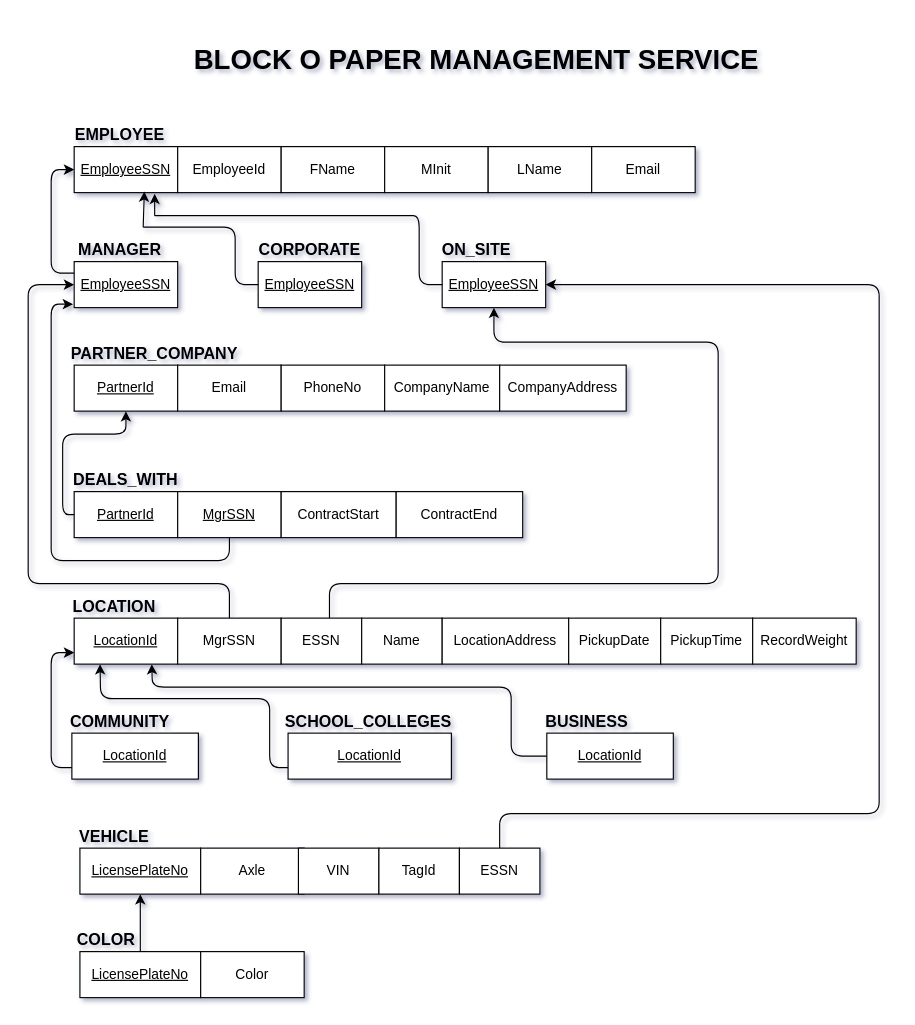
Before: Untitled Diagram.drawio in shreroa/Database, a draw.io diagram. Source tidied: cells renumbered, new cells numbered last; positions are measured from the earlier drawing's top-left corner, leaving out a move shared by most shapes. Both pictures are drawn from the tidied source at 115%, with x=0, y=0 at pixel (28, 20).
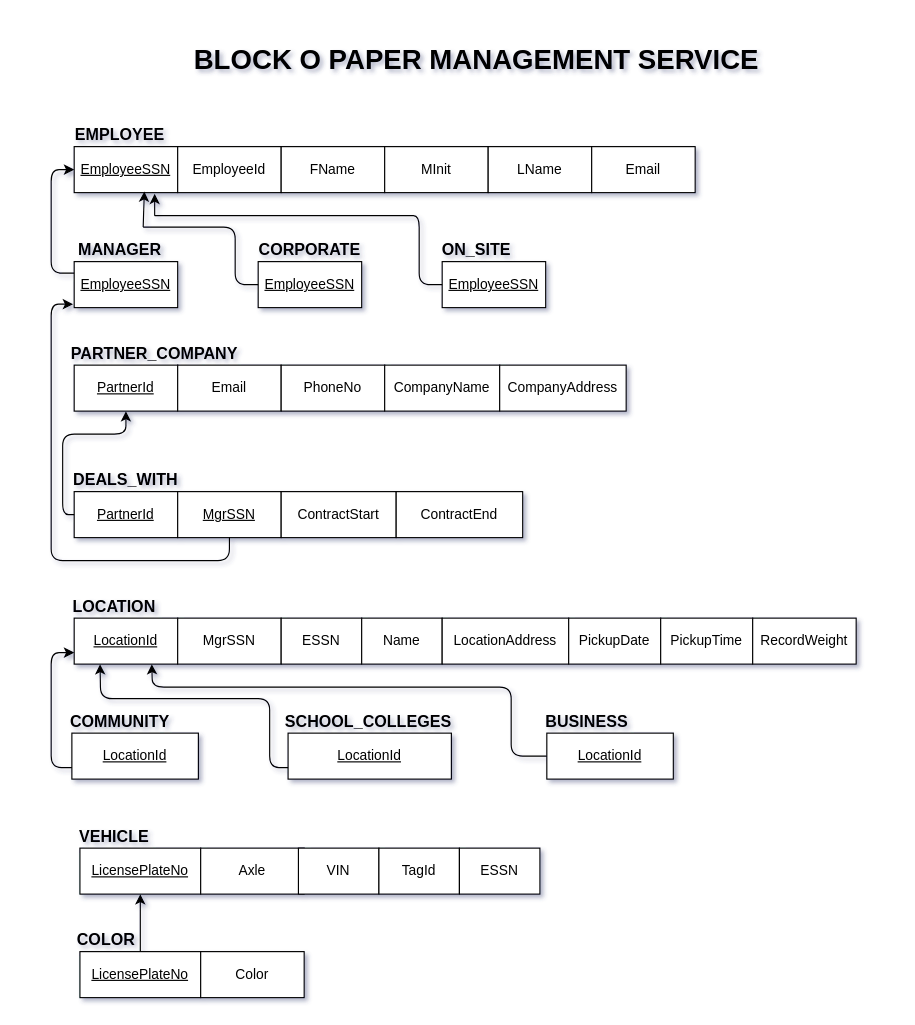
The same page after the edit.

The change refers to these unchanged cells:
```xml
<mxCell id="8" value="EmployeeSSN" style="rounded=0;whiteSpace=wrap;html=1;fontStyle=4;" parent="1" vertex="1">
  <mxGeometry x="40" y="210" width="90" height="40" as="geometry" />
</mxCell>
<mxCell id="18" value="EmployeeSSN" style="rounded=0;whiteSpace=wrap;html=1;fontStyle=4;" parent="1" vertex="1">
  <mxGeometry x="360" y="210" width="90" height="40" as="geometry" />
</mxCell>
<mxCell id="34" value="MgrSSN" style="rounded=0;whiteSpace=wrap;html=1;" parent="1" vertex="1">
  <mxGeometry x="130" y="520" width="90" height="40" as="geometry" />
</mxCell>
<mxCell id="58" value="ESSN" style="rounded=0;whiteSpace=wrap;html=1;" parent="1" vertex="1">
  <mxGeometry x="375" y="720" width="70" height="40" as="geometry" />
</mxCell>
```

Change to the diagram source:
```diff
@@
-    <mxCell id="42" style="endArrow=classic;html=1;entryX=0.5;entryY=1;entryDx=0;entryDy=0;" parent="1" edge="1" target="18">
-      <mxGeometry relative="1" as="geometry">
-        <mxPoint x="262" y="520" as="sourcePoint" />
-        <Array as="points">
-          <mxPoint x="262" y="490" />
-          <mxPoint x="600" y="490" />
-          <mxPoint x="600" y="280" />
-          <mxPoint x="405" y="280" />
-        </Array>
-      </mxGeometry>
-    </mxCell>
-    <mxCell id="43" style="endArrow=classic;html=1;entryX=0;entryY=0.5;entryDx=0;entryDy=0;exitX=0.5;exitY=0;exitDx=0;exitDy=0;" parent="1" edge="1" source="34" target="8">
-      <mxGeometry relative="1" as="geometry">
-        <Array as="points">
-          <mxPoint x="175" y="490" />
-          <mxPoint y="490" />
-          <mxPoint y="230" />
-        </Array>
-      </mxGeometry>
-    </mxCell>
@@
-    <mxCell id="59" style="endArrow=classic;html=1;exitX=0.5;exitY=0;exitDx=0;exitDy=0;entryX=1;entryY=0.5;entryDx=0;entryDy=0;" parent="1" edge="1" source="58" target="18">
-      <mxGeometry relative="1" as="geometry">
-        <Array as="points">
-          <mxPoint x="410" y="690" />
-          <mxPoint x="740" y="690" />
-          <mxPoint x="740" y="230" />
-        </Array>
-      </mxGeometry>
-    </mxCell>
```
